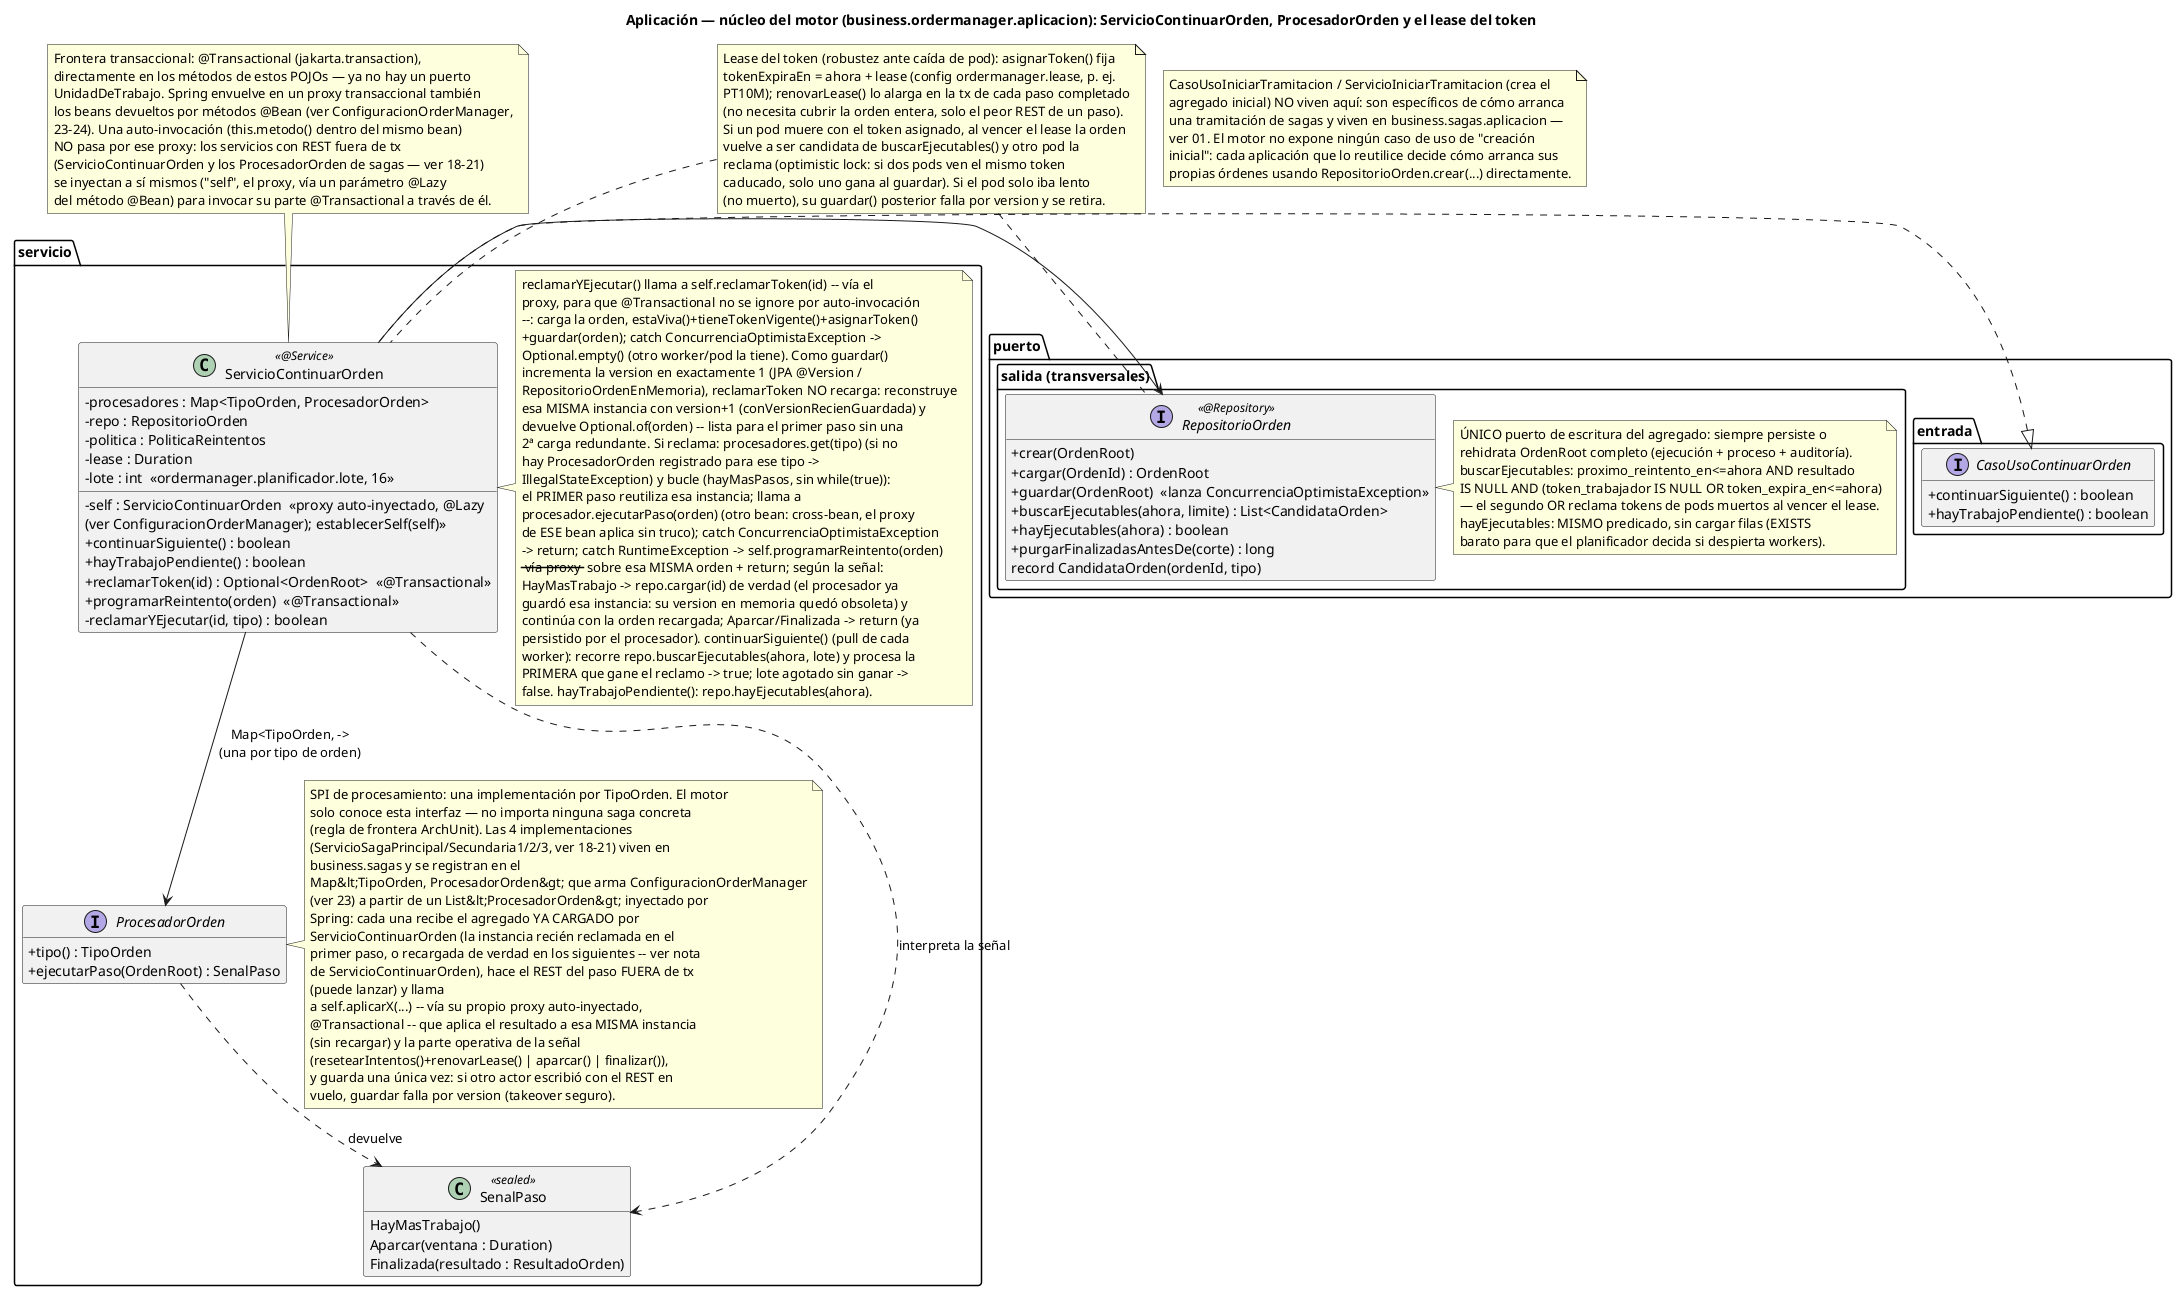
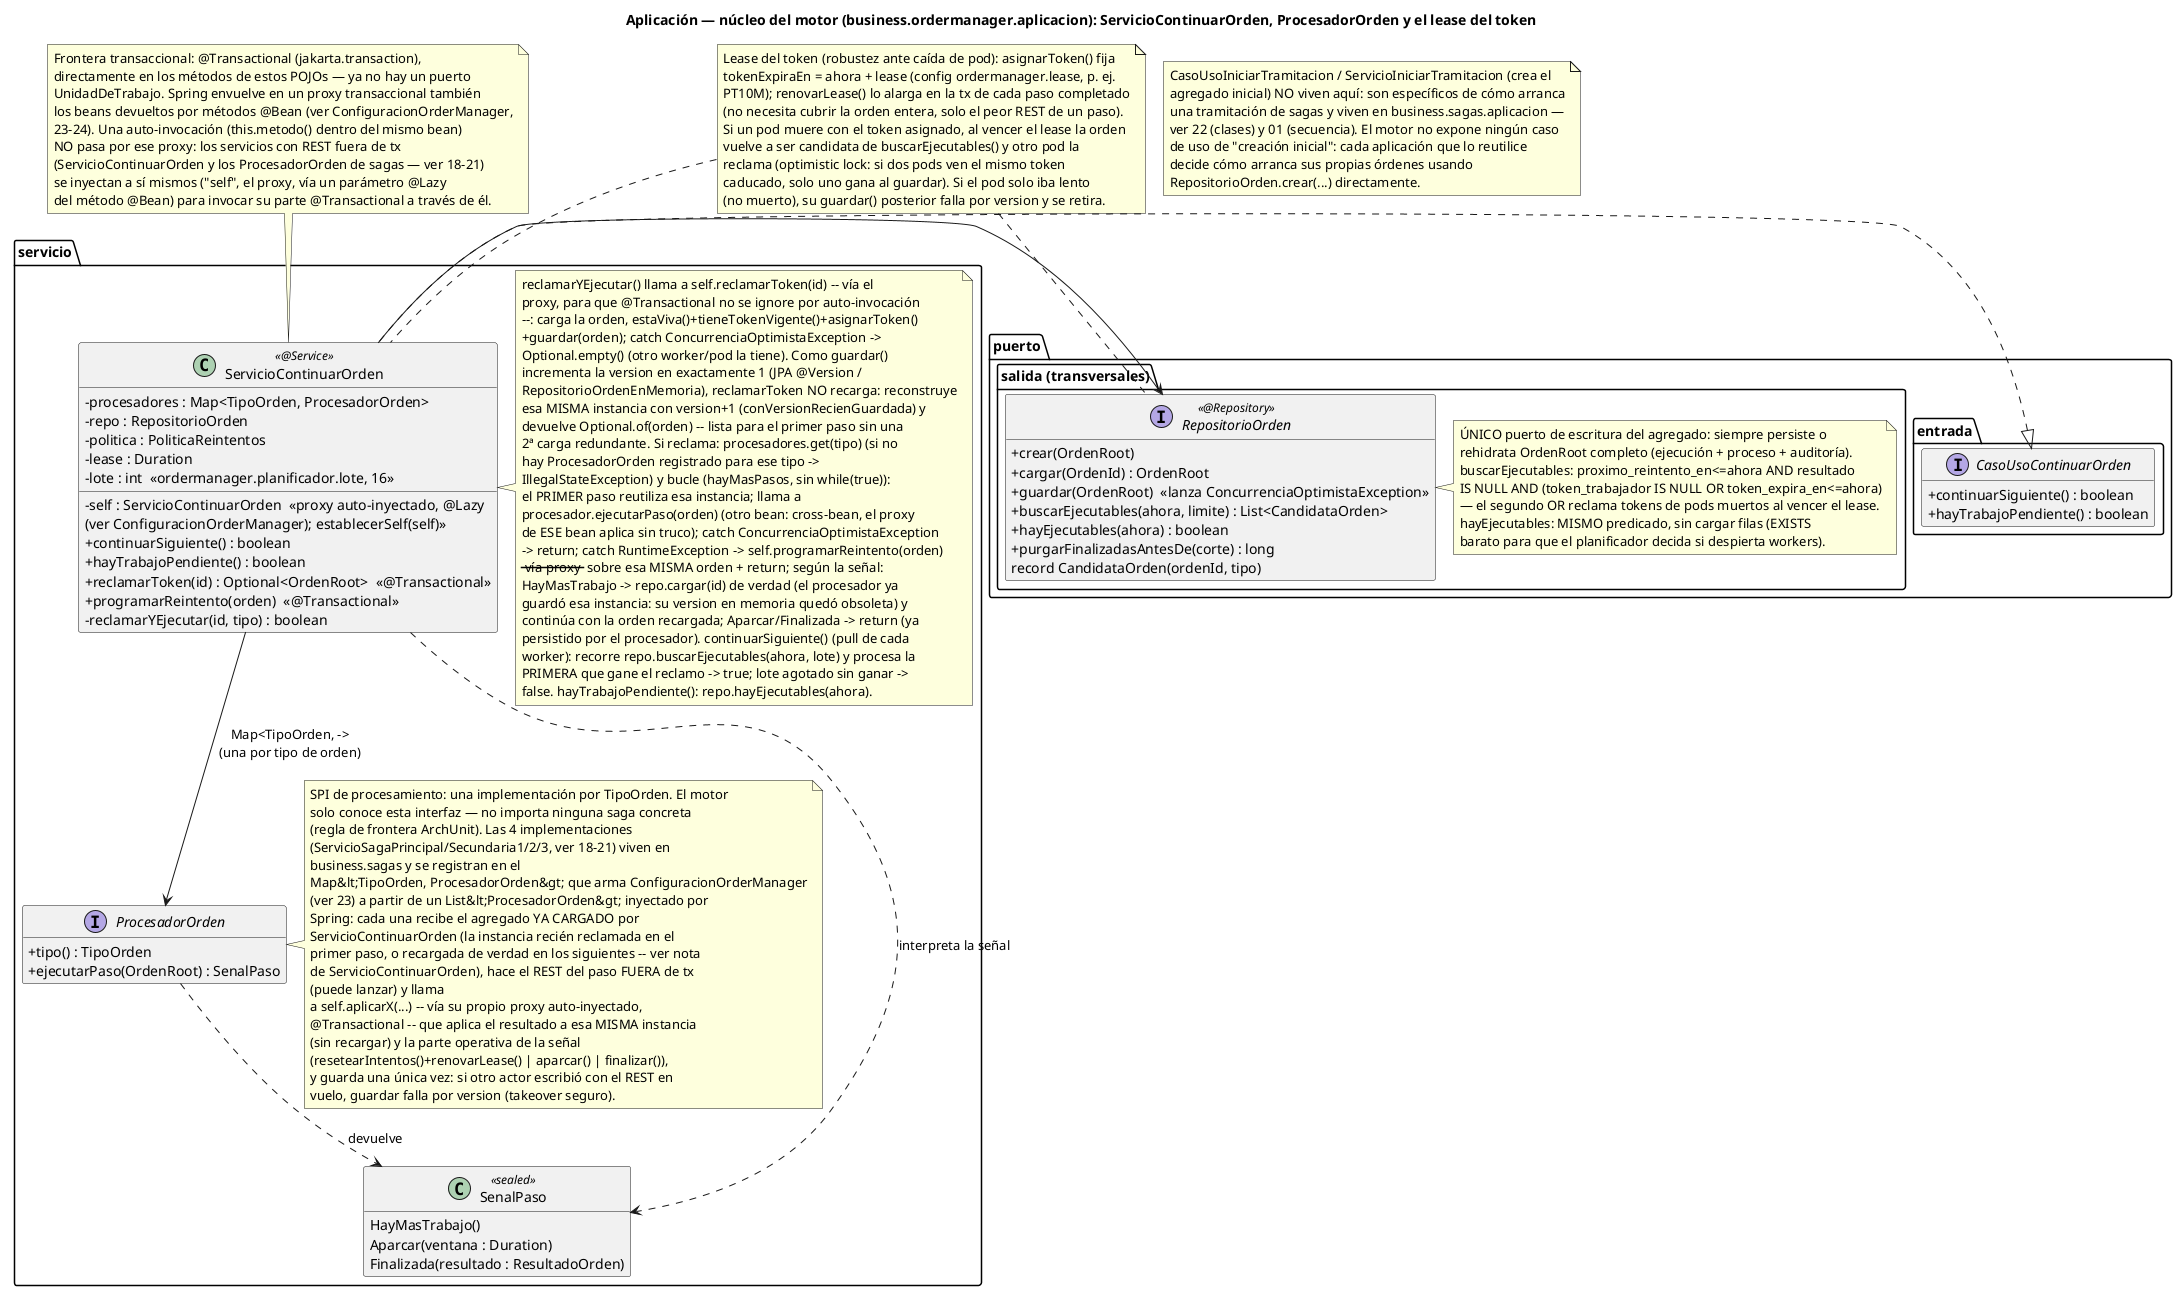
@startuml 17-clases-aplicacion-nucleo
title Aplicación — núcleo del motor (business.ordermanager.aplicacion): ServicioContinuarOrden, ProcesadorOrden y el lease del token
!pragma layout smetana
hide empty members
skinparam classAttributeIconSize 0

package "puerto.entrada" {
  interface CasoUsoContinuarOrden {
    +continuarSiguiente() : boolean
    +hayTrabajoPendiente() : boolean
  }
}

package "servicio" {
  class ServicioContinuarOrden <<@Service>> {
    -procesadores : Map<TipoOrden, ProcesadorOrden>
    -repo : RepositorioOrden
    -politica : PoliticaReintentos
    -lease : Duration
    -lote : int  «ordermanager.planificador.lote, 16»
    -self : ServicioContinuarOrden  «proxy auto-inyectado, @Lazy\n(ver ConfiguracionOrderManager); establecerSelf(self)»
    +continuarSiguiente() : boolean
    +hayTrabajoPendiente() : boolean
    +reclamarToken(id) : Optional<OrdenRoot>  «@Transactional»
    +programarReintento(orden)  «@Transactional»
    -reclamarYEjecutar(id, tipo) : boolean
  }
  note right of ServicioContinuarOrden
    reclamarYEjecutar() llama a self.reclamarToken(id) -- vía el
    proxy, para que @Transactional no se ignore por auto-invocación
    --: carga la orden, estaViva()+tieneTokenVigente()+asignarToken()
    +guardar(orden); catch ConcurrenciaOptimistaException ->
    Optional.empty() (otro worker/pod la tiene). Como guardar()
    incrementa la version en exactamente 1 (JPA @Version /
    RepositorioOrdenEnMemoria), reclamarToken NO recarga: reconstruye
    esa MISMA instancia con version+1 (conVersionRecienGuardada) y
    devuelve Optional.of(orden) -- lista para el primer paso sin una
    2ª carga redundante. Si reclama: procesadores.get(tipo) (si no
    hay ProcesadorOrden registrado para ese tipo ->
    IllegalStateException) y bucle (hayMasPasos, sin while(true)):
    el PRIMER paso reutiliza esa instancia; llama a
    procesador.ejecutarPaso(orden) (otro bean: cross-bean, el proxy
    de ESE bean aplica sin truco); catch ConcurrenciaOptimistaException
    -> return; catch RuntimeException -> self.programarReintento(orden)
    -- vía proxy -- sobre esa MISMA orden + return; según la señal:
    HayMasTrabajo -> repo.cargar(id) de verdad (el procesador ya
    guardó esa instancia: su version en memoria quedó obsoleta) y
    continúa con la orden recargada; Aparcar/Finalizada -> return (ya
    persistido por el procesador). continuarSiguiente() (pull de cada
    worker): recorre repo.buscarEjecutables(ahora, lote) y procesa la
    PRIMERA que gane el reclamo -> true; lote agotado sin ganar ->
    false. hayTrabajoPendiente(): repo.hayEjecutables(ahora).
  end note

  interface ProcesadorOrden {
    +tipo() : TipoOrden
    +ejecutarPaso(OrdenRoot) : SenalPaso
  }
  note right of ProcesadorOrden
    SPI de procesamiento: una implementación por TipoOrden. El motor
    solo conoce esta interfaz — no importa ninguna saga concreta
    (regla de frontera ArchUnit). Las 4 implementaciones
    (ServicioSagaPrincipal/Secundaria1/2/3, ver 18-21) viven en
    business.sagas y se registran en el
    Map&lt;TipoOrden, ProcesadorOrden&gt; que arma ConfiguracionOrderManager
    (ver 23) a partir de un List&lt;ProcesadorOrden&gt; inyectado por
    Spring: cada una recibe el agregado YA CARGADO por
    ServicioContinuarOrden (la instancia recién reclamada en el
    primer paso, o recargada de verdad en los siguientes -- ver nota
    de ServicioContinuarOrden), hace el REST del paso FUERA de tx
    (puede lanzar) y llama
    a self.aplicarX(...) -- vía su propio proxy auto-inyectado,
    @Transactional -- que aplica el resultado a esa MISMA instancia
    (sin recargar) y la parte operativa de la señal
    (resetearIntentos()+renovarLease() | aparcar() | finalizar()),
    y guarda una única vez: si otro actor escribió con el REST en
    vuelo, guardar falla por version (takeover seguro).
  end note

  class "SenalPaso" as SenalPaso <<sealed>> {
    HayMasTrabajo()
    Aparcar(ventana : Duration)
    Finalizada(resultado : ResultadoOrden)
  }
}

package "puerto.salida (transversales)" {
  interface RepositorioOrden <<@Repository>> {
    +crear(OrdenRoot)
    +cargar(OrdenId) : OrdenRoot
    +guardar(OrdenRoot)  «lanza ConcurrenciaOptimistaException»
    +buscarEjecutables(ahora, limite) : List<CandidataOrden>
    +hayEjecutables(ahora) : boolean
    +purgarFinalizadasAntesDe(corte) : long
    record CandidataOrden(ordenId, tipo)
  }
  note right of RepositorioOrden
    ÚNICO puerto de escritura del agregado: siempre persiste o
    rehidrata OrdenRoot completo (ejecución + proceso + auditoría).
    buscarEjecutables: proximo_reintento_en<=ahora AND resultado
    IS NULL AND (token_trabajador IS NULL OR token_expira_en<=ahora)
    — el segundo OR reclama tokens de pods muertos al vencer el lease.
    hayEjecutables: MISMO predicado, sin cargar filas (EXISTS
    barato para que el planificador decida si despierta workers).
  end note
}

note as NTx
  Frontera transaccional: @Transactional (jakarta.transaction),
  directamente en los métodos de estos POJOs — ya no hay un puerto
  UnidadDeTrabajo. Spring envuelve en un proxy transaccional también
  los beans devueltos por métodos @Bean (ver ConfiguracionOrderManager,
  23-24). Una auto-invocación (this.metodo() dentro del mismo bean)
  NO pasa por ese proxy: los servicios con REST fuera de tx
  (ServicioContinuarOrden y los ProcesadorOrden de sagas — ver 18-21)
  se inyectan a sí mismos ("self", el proxy, vía un parámetro @Lazy
  del método @Bean) para invocar su parte @Transactional a través de él.
end note
NTx .. ServicioContinuarOrden

CasoUsoContinuarOrden <|.. ServicioContinuarOrden
ServicioContinuarOrden --> RepositorioOrden
ServicioContinuarOrden --> ProcesadorOrden : Map<TipoOrden, ->\n(una por tipo de orden)
ServicioContinuarOrden ..> SenalPaso : interpreta la señal
ProcesadorOrden ..> SenalPaso : devuelve

note as NLease
  Lease del token (robustez ante caída de pod): asignarToken() fija
  tokenExpiraEn = ahora + lease (config ordermanager.lease, p. ej.
  PT10M); renovarLease() lo alarga en la tx de cada paso completado
  (no necesita cubrir la orden entera, solo el peor REST de un paso).
  Si un pod muere con el token asignado, al vencer el lease la orden
  vuelve a ser candidata de buscarEjecutables() y otro pod la
  reclama (optimistic lock: si dos pods ven el mismo token
  caducado, solo uno gana al guardar). Si el pod solo iba lento
  (no muerto), su guardar() posterior falla por version y se retira.
end note
NLease .. RepositorioOrden
NLease .. ServicioContinuarOrden

note as NIniciar
  CasoUsoIniciarTramitacion / ServicioIniciarTramitacion (crea el
  agregado inicial) NO viven aquí: son específicos de cómo arranca
  una tramitación de sagas y viven en business.sagas.aplicacion —
-   ver 01. El motor no expone ningún caso de uso de "creación
-   inicial": cada aplicación que lo reutilice decide cómo arranca sus
-   propias órdenes usando RepositorioOrden.crear(...) directamente.
+   ver 22 (clases) y 01 (secuencia). El motor no expone ningún caso
+   de uso de "creación inicial": cada aplicación que lo reutilice
+   decide cómo arranca sus propias órdenes usando
+   RepositorioOrden.crear(...) directamente.
end note

@enduml
